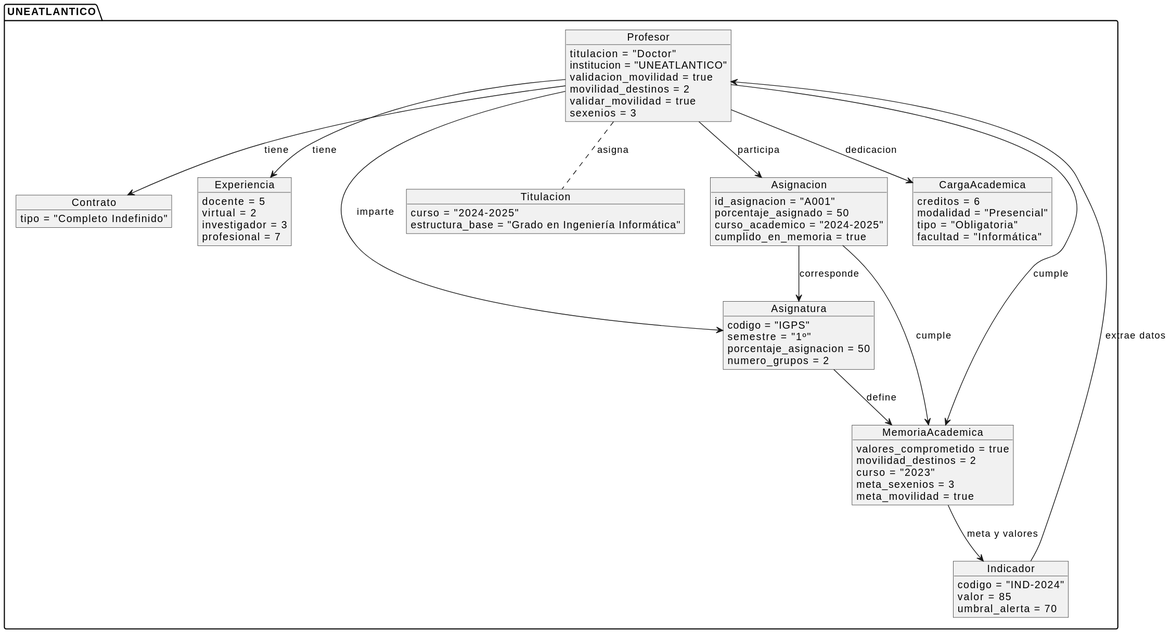
Before: images/modelosUML/MdD/diagramaDeObjetos.svg, a diagram exported from PlantUML (mmasias/24-25-IdSw1-SDR).
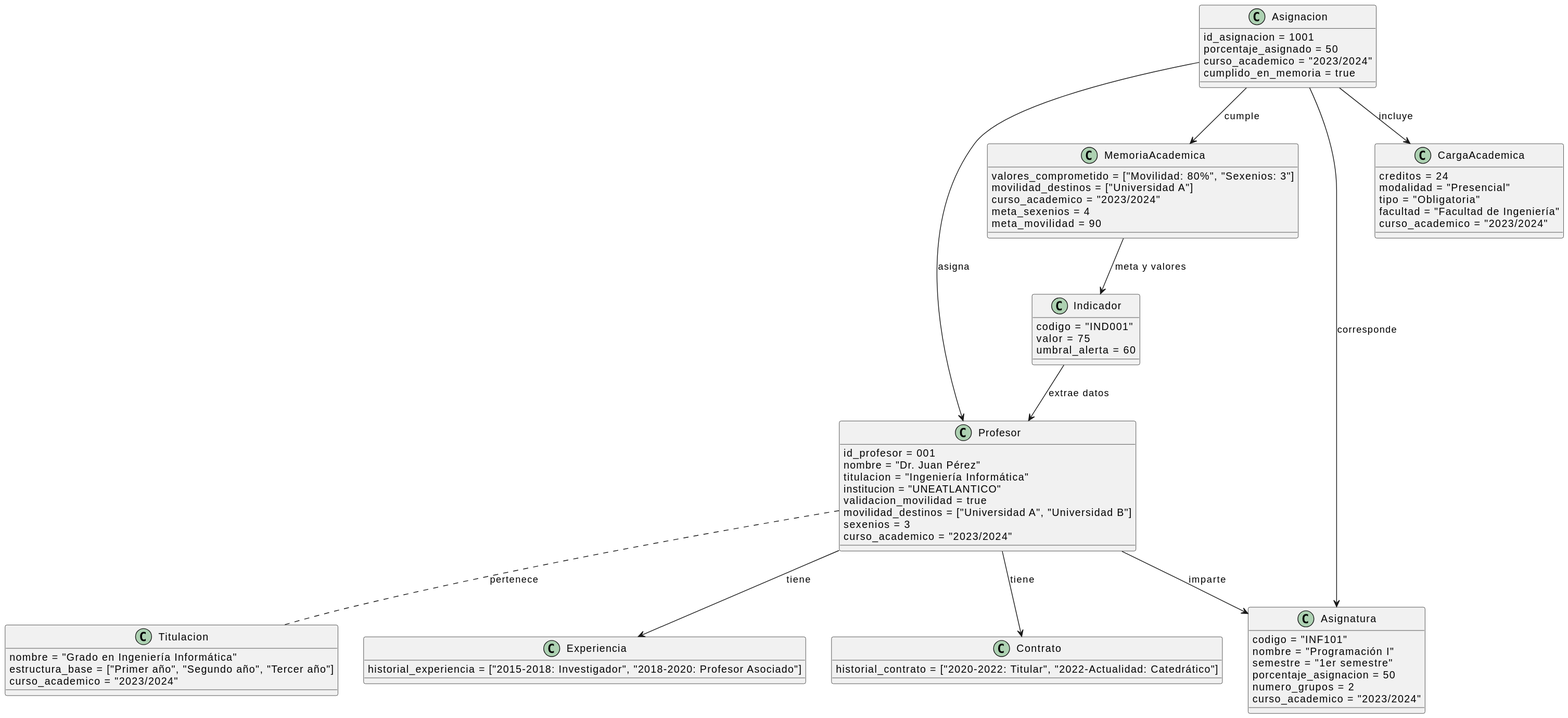
Later version of the same file.

Commit message:
Ajuste de los diagramas de clase y objetos

What changed in the source:
```diff
@@ -1,76 +1,76 @@
 @startuml
-package "UNEATLANTICO" {
-    object Profesor {
-        titulacion = "Doctor"
-        institucion = "UNEATLANTICO"
-        validacion_movilidad = true
-        movilidad_destinos = 2
-        validar_movilidad = true
-        sexenios = 3
-    }
+class Profesor {
+    id_profesor = 001
+    nombre = "Dr. Juan Pérez"
+    titulacion = "Ingeniería Informática"
+    institucion = "UNEATLANTICO"
+    validacion_movilidad = true
+    movilidad_destinos = ["Universidad A", "Universidad B"]
+    sexenios = 3
+    curso_academico = "2023/2024"
+}
 
-    object Contrato {
-        tipo = "Completo Indefinido"
-    }
+class Contrato {
+    historial_contrato = ["2020-2022: Titular", "2022-Actualidad: Catedrático"]
+}
 
-    object Experiencia {
-        docente = 5
-        virtual = 2
-        investigador = 3
-        profesional = 7
-    }
+class Experiencia {
+    historial_experiencia = ["2015-2018: Investigador", "2018-2020: Profesor Asociado"]
+}
 
-    object Asignatura {
-        codigo = "IGPS"
-        semestre = "1º"
-        porcentaje_asignacion = 50
-        numero_grupos = 2
-    }
+class Asignatura {
+    codigo = "INF101"
+    nombre = "Programación I"
+    semestre = "1er semestre"
+    porcentaje_asignacion = 50
+    numero_grupos = 2
+    curso_academico = "2023/2024"
+}
 
-    object Titulacion {
-        curso = "2024-2025"
-        estructura_base = "Grado en Ingeniería Informática"
-    }
+class Titulacion {
+    nombre = "Grado en Ingeniería Informática"
+    estructura_base = ["Primer año", "Segundo año", "Tercer año"]
+    curso_academico = "2023/2024"
+}
 
-    object MemoriaAcademica {
-        valores_comprometido = true
-        movilidad_destinos = 2
-        curso = "2023"
-        meta_sexenios = 3
-        meta_movilidad = true
-    }
+class MemoriaAcademica {
+    valores_comprometido = ["Movilidad: 80%", "Sexenios: 3"]
+    movilidad_destinos = ["Universidad A"]
+    curso_academico = "2023/2024"
+    meta_sexenios = 4
+    meta_movilidad = 90
+}
 
-    object Indicador {
-        codigo = "IND-2024"
-        valor = 85
-        umbral_alerta = 70
-    }
+class Indicador {
+    codigo = "IND001"
+    valor = 75
+    umbral_alerta = 60
+}
 
-    object CargaAcademica {
-        creditos = 6
-        modalidad = "Presencial"
-        tipo = "Obligatoria"
-        facultad = "Informática"
-    }
+class CargaAcademica {
+    creditos = 24
+    modalidad = "Presencial"
+    tipo = "Obligatoria"
+    facultad = "Facultad de Ingeniería"
+    curso_academico = "2023/2024"
+}
 
-    object Asignacion {
-        id_asignacion = "A001"
-        porcentaje_asignado = 50
-        curso_academico = "2024-2025"
-        cumplido_en_memoria = true
-    }
+class Asignacion {
+    id_asignacion = 1001
+    porcentaje_asignado = 50
+    curso_academico = "2023/2024"
+    cumplido_en_memoria = true
+}
 
+
+ Asignacion --> Profesor : asigna
+    Asignacion --> Asignatura : corresponde
+    Asignacion --> MemoriaAcademica : cumple
+    Asignacion --> CargaAcademica : incluye
+    MemoriaAcademica --> Indicador : meta y valores
+    Indicador --> Profesor : extrae datos
     Profesor --> Contrato : tiene
     Profesor --> Experiencia : tiene
-    Profesor --> CargaAcademica : dedicacion
-    Profesor --> Asignacion : participa
-    Profesor .. Titulacion : asigna
-    Profesor --> Asignatura : imparte
-    Profesor --> MemoriaAcademica : cumple
-    MemoriaAcademica --> Indicador : meta y valores
-    Indicador --> Profesor : extrae datos
-    Asignatura --> MemoriaAcademica : define
-    Asignacion --> Asignatura : corresponde
-    Asignacion --> MemoriaAcademica : cumple
-}
+    Profesor --> Asignatura: imparte
+    Profesor .. Titulacion : pertenece
 @enduml
```
